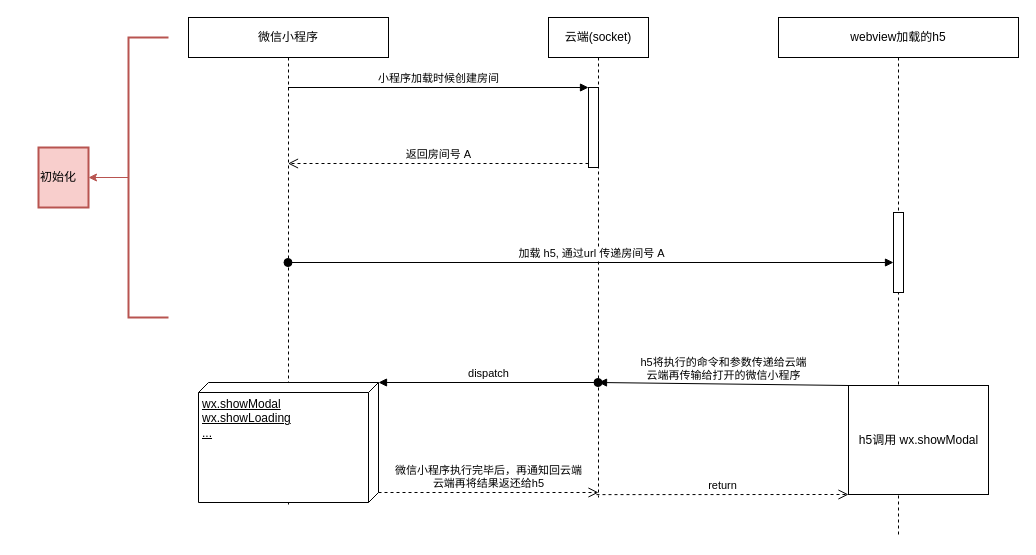
clevok/static keeps this draw.io diagram as page "小程序-h5通讯架构设计" (4 of 4) of Untitled Diagram.drawio. Above is the earlier version. Source tidied: cells renumbered, new cells numbered last; positions are measured from the earlier drawing's top-left corner, leaving out a move shared by most shapes. Both pictures are drawn from the tidied source at 100%, with x=0, y=0 at pixel (38, 17).
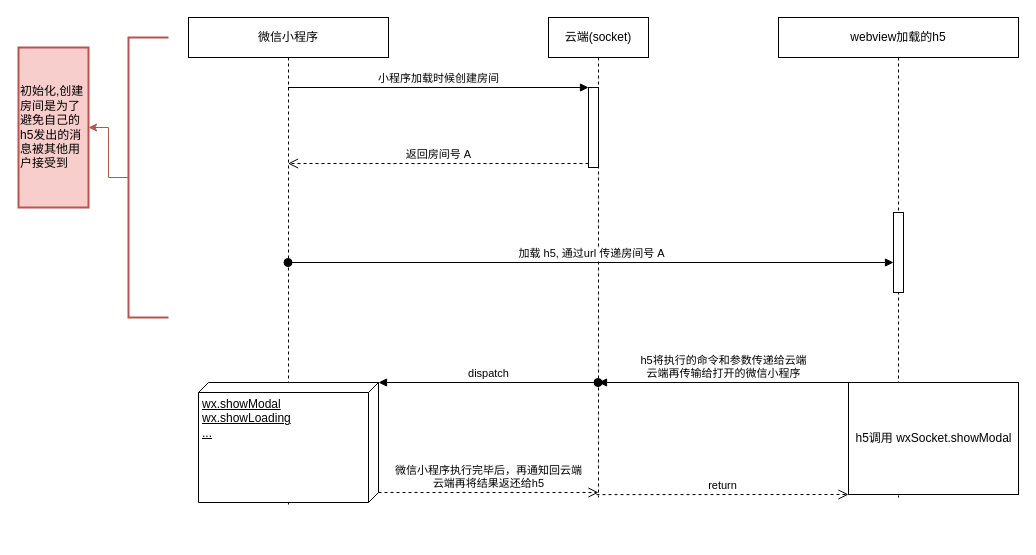
The same diagram, later.

What changed in the source:
```diff
@@
     <mxCell id="2" value="webview加载的h5" style="shape=umlLifeline;perimeter=lifelinePerimeter;whiteSpace=wrap;html=1;" parent="1" vertex="1">
-      <mxGeometry x="740" width="240" height="520" as="geometry" />
+      <mxGeometry x="740" width="240" height="480" as="geometry" />
     </mxCell>
@@
-    <mxCell id="4" value="&lt;span&gt;h5调用 wx.showModal&lt;/span&gt;" style="html=1;" parent="2" vertex="1">
-      <mxGeometry x="70" y="368" width="140" height="109" as="geometry" />
+    <mxCell id="4" value="&lt;span&gt;h5调用 wxSocket.showModal&lt;/span&gt;" style="html=1;" parent="2" vertex="1">
+      <mxGeometry x="70" y="365" width="170" height="112" as="geometry" />
     </mxCell>
@@
-    <mxCell id="16" value="初始化" style="whiteSpace=wrap;html=1;align=left;strokeWidth=2;fillColor=#f8cecc;strokeColor=#b85450;" parent="1" vertex="1">
-      <mxGeometry y="130" width="50" height="60" as="geometry" />
+    <mxCell id="16" value="初始化,创建房间是为了避免自己的h5发出的消息被其他用户接受到" style="whiteSpace=wrap;html=1;align=left;strokeWidth=2;fillColor=#f8cecc;strokeColor=#b85450;" parent="1" vertex="1">
+      <mxGeometry x="-20" y="30" width="70" height="160" as="geometry" />
     </mxCell>
```
